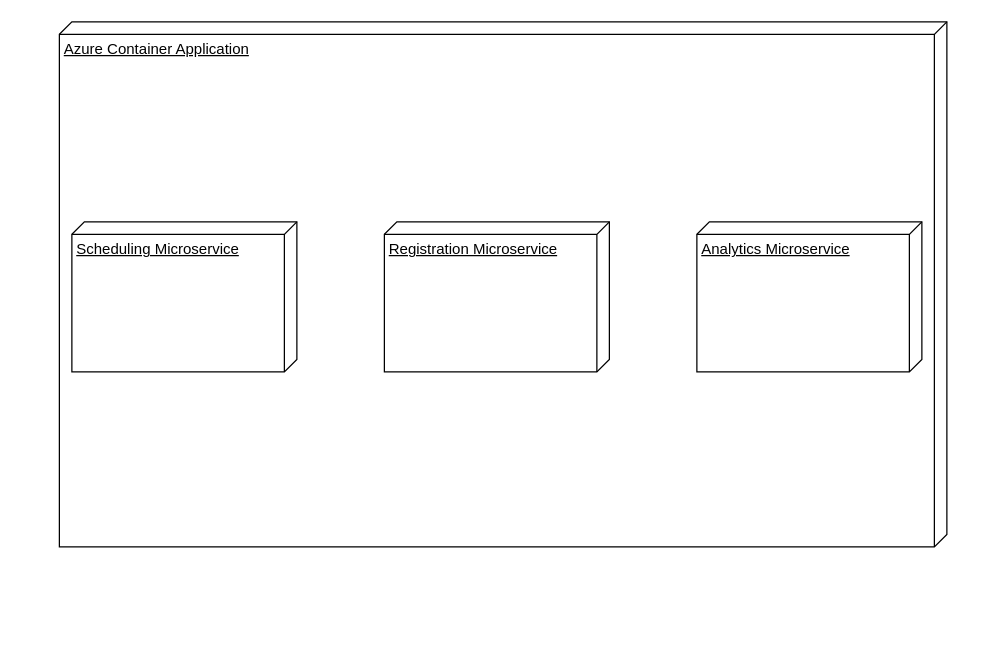
This is Deployment Diagram.drawio from uvic-teach/project-m1-team15, a draw.io file, before an edit. Source tidied: cells renumbered, new cells numbered last; positions are measured from the earlier drawing's top-left corner, leaving out a move shared by most shapes. Both pictures are drawn from the tidied source at 125%, with x=0, y=0 at pixel (59, 21).
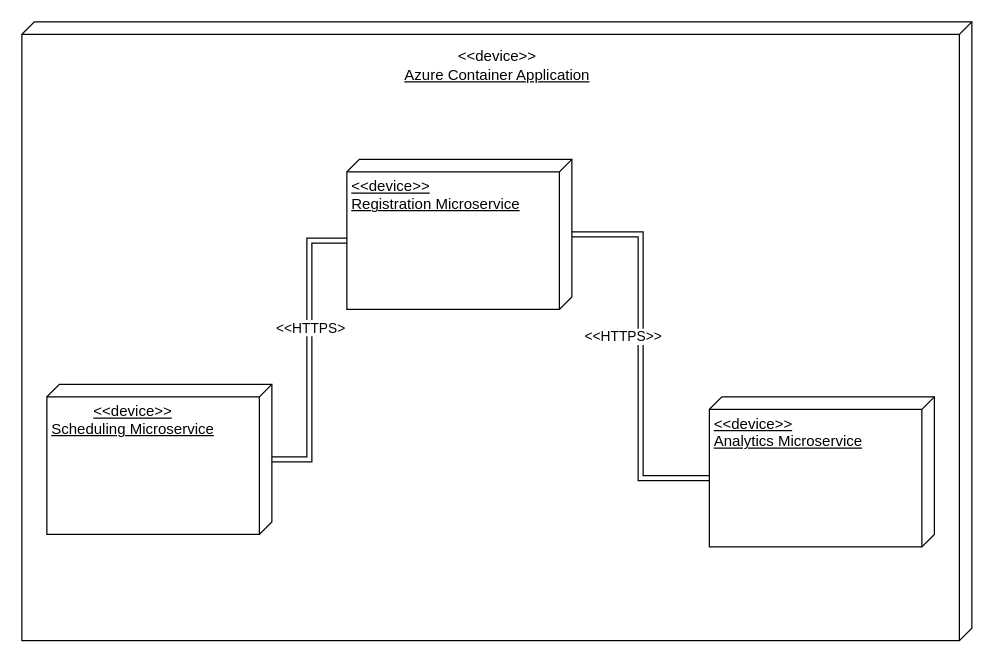
The same page after the edit.

The edit, as a diff of the source:
```diff
@@
 <mxGraphModel>
   <root>
     <mxCell id="0" />
     <mxCell id="1" parent="0" />
-    <mxCell id="2" value="Azure Container Application" style="verticalAlign=top;align=left;spacingTop=8;spacingLeft=2;spacingRight=12;shape=cube;size=10;direction=south;fontStyle=4;html=1;whiteSpace=wrap;" parent="1" vertex="1">
-      <mxGeometry width="710" height="420" as="geometry" />
+    <mxCell id="2" style="verticalAlign=top;align=left;spacingTop=8;spacingLeft=2;spacingRight=12;shape=cube;size=10;direction=south;fontStyle=4;html=1;whiteSpace=wrap;" parent="1" vertex="1">
+      <mxGeometry x="-30" width="760" height="495" as="geometry" />
     </mxCell>
-    <mxCell id="3" value="Scheduling Microservice" style="verticalAlign=top;align=left;spacingTop=8;spacingLeft=2;spacingRight=12;shape=cube;size=10;direction=south;fontStyle=4;html=1;whiteSpace=wrap;" parent="1" vertex="1">
-      <mxGeometry x="10" y="160" width="180" height="120" as="geometry" />
+    <mxCell id="3" value="&lt;div style=&quot;text-align: center;&quot;&gt;&lt;span style=&quot;background-color: initial;&quot;&gt;&amp;lt;&amp;lt;device&amp;gt;&amp;gt;&lt;/span&gt;&lt;/div&gt;&lt;div style=&quot;text-align: center;&quot;&gt;&lt;span style=&quot;background-color: initial;&quot;&gt;Scheduling Microservice&lt;/span&gt;&lt;/div&gt;" style="verticalAlign=top;align=left;spacingTop=8;spacingLeft=2;spacingRight=12;shape=cube;size=10;direction=south;fontStyle=4;html=1;whiteSpace=wrap;" parent="1" vertex="1">
+      <mxGeometry x="-10" y="290" width="180" height="120" as="geometry" />
     </mxCell>
-    <mxCell id="4" value="Registration Microservice" style="verticalAlign=top;align=left;spacingTop=8;spacingLeft=2;spacingRight=12;shape=cube;size=10;direction=south;fontStyle=4;html=1;whiteSpace=wrap;" parent="1" vertex="1">
-      <mxGeometry x="260" y="160" width="180" height="120" as="geometry" />
+    <mxCell id="4" value="&amp;lt;&amp;lt;device&amp;gt;&amp;gt;&lt;br&gt;Registration Microservice" style="verticalAlign=top;align=left;spacingTop=8;spacingLeft=2;spacingRight=12;shape=cube;size=10;direction=south;fontStyle=4;html=1;whiteSpace=wrap;" parent="1" vertex="1">
+      <mxGeometry x="230" y="110" width="180" height="120" as="geometry" />
     </mxCell>
-    <mxCell id="5" value="Analytics Microservice" style="verticalAlign=top;align=left;spacingTop=8;spacingLeft=2;spacingRight=12;shape=cube;size=10;direction=south;fontStyle=4;html=1;whiteSpace=wrap;" parent="1" vertex="1">
-      <mxGeometry x="510" y="160" width="180" height="120" as="geometry" />
+    <mxCell id="5" value="&amp;lt;&amp;lt;device&amp;gt;&amp;gt;&lt;br&gt;Analytics Microservice" style="verticalAlign=top;align=left;spacingTop=8;spacingLeft=2;spacingRight=12;shape=cube;size=10;direction=south;fontStyle=4;html=1;whiteSpace=wrap;" parent="1" vertex="1">
+      <mxGeometry x="520" y="300" width="180" height="120" as="geometry" />
     </mxCell>
+    <mxCell id="6" value="&amp;lt;&amp;lt;device&amp;gt;&amp;gt;&lt;br style=&quot;border-color: var(--border-color); text-align: left;&quot;&gt;&lt;span style=&quot;text-align: left; text-decoration-line: underline;&quot;&gt;Azure Container Application&lt;/span&gt;" style="text;html=1;strokeColor=none;fillColor=none;align=center;verticalAlign=middle;whiteSpace=wrap;rounded=0;" parent="1" vertex="1">
+      <mxGeometry x="262.5" y="20" width="175" height="30" as="geometry" />
+    </mxCell>
+    <mxCell id="7" style="edgeStyle=orthogonalEdgeStyle;rounded=0;jettySize=auto;html=1;entryX=0;entryY=0;entryDx=65;entryDy=180;entryPerimeter=0;shape=link;" parent="1" edge="1" source="3" target="4">
+      <mxGeometry relative="1" as="geometry" />
+    </mxCell>
+    <mxCell id="8" value="&amp;lt;&amp;lt;HTTPS&amp;gt;" style="edgeLabel;html=1;align=center;verticalAlign=middle;" parent="7" vertex="1">
+      <mxGeometry x="-0.31" relative="1" as="geometry">
+        <mxPoint y="-55" as="offset" />
+      </mxGeometry>
+    </mxCell>
+    <mxCell id="9" style="edgeStyle=orthogonalEdgeStyle;rounded=0;jettySize=auto;html=1;entryX=0;entryY=0;entryDx=65;entryDy=180;entryPerimeter=0;shape=link;" parent="1" edge="1" source="4" target="5">
+      <mxGeometry relative="1" as="geometry" />
+    </mxCell>
+    <mxCell id="10" value="&amp;lt;&amp;lt;HTTPS&amp;gt;&amp;gt;" style="edgeLabel;html=1;align=center;verticalAlign=middle;" parent="9" vertex="1">
+      <mxGeometry x="-0.49" y="-2" relative="1" as="geometry">
+        <mxPoint x="-13" y="58" as="offset" />
+      </mxGeometry>
+    </mxCell>
   </root>
 </mxGraphModel>
```
